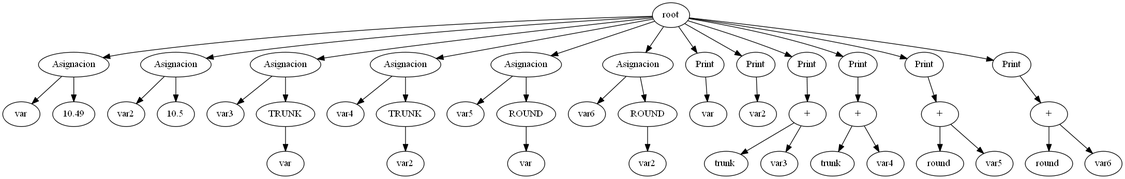
EverChicas/ARIT keeps this Graphviz diagram as SoftwareArit/AST.png. Above is the earlier version. Its source is kept beside it as SoftwareArit/AST.dot.
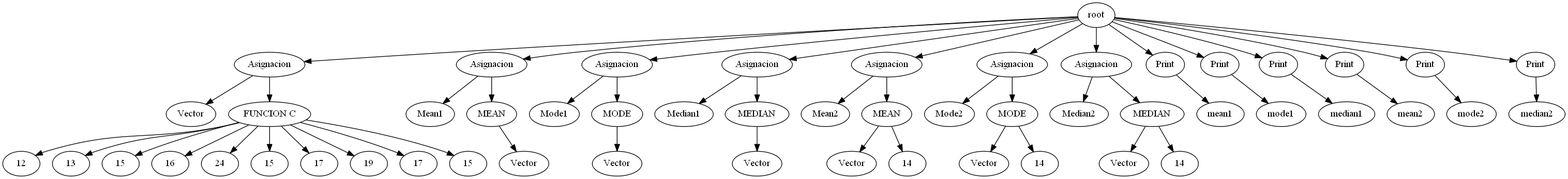
After the commit.

What changed in the source:
```diff
@@ -1,99 +1,116 @@
 digraph G{
 rankir=TD;
-43 [label = "root"];
-2 [label = "var"];
-3 [label = "Asignacion"];
-3 -> 2;
-1 [label = "10.49"];
-3 [label = "Asignacion"];
-3 -> 1;
-5 [label = "var2"];
-6 [label = "Asignacion"];
-6 -> 5;
-4 [label = "10.5"];
-6 [label = "Asignacion"];
-6 -> 4;
-9 [label = "var3"];
-10 [label = "Asignacion"];
-10 -> 9;
-8[label = "TRUNK"];
-7 [label = "var"];
-8 -> 7;
-10 [label = "Asignacion"];
-10 -> 8;
-13 [label = "var4"];
-14 [label = "Asignacion"];
-14 -> 13;
-12[label = "TRUNK"];
-11 [label = "var2"];
-12 -> 11;
-14 [label = "Asignacion"];
-14 -> 12;
-17 [label = "var5"];
-18 [label = "Asignacion"];
-18 -> 17;
-16[label = "ROUND"];
-15 [label = "var"];
-16 -> 15;
-18 [label = "Asignacion"];
-18 -> 16;
-21 [label = "var6"];
-22 [label = "Asignacion"];
-22 -> 21;
-20[label = "ROUND"];
-19 [label = "var2"];
-20 -> 19;
-22 [label = "Asignacion"];
-22 -> 20;
-23 [label = "var"];
-24 [label = "Print"];
-24 -> 23;
-25 [label = "var2"];
-26 [label = "Print"];
-26 -> 25;
-27 [label = "trunk "];
-29 [label = "+"];
-29 -> 27;
-28 [label = "var3"];
-29 [label = "+"];
-29 -> 28;
-30 [label = "Print"];
+53 [label = "root"];
+12 [label = "Vector"];
+13 [label = "Asignacion"];
+13 -> 12;
+11[label = "FUNCION C"];
+1 [label = "12"];
+2 [label = "13"];
+3 [label = "15"];
+4 [label = "16"];
+5 [label = "24"];
+6 [label = "15"];
+7 [label = "17"];
+8 [label = "19"];
+9 [label = "17"];
+10 [label = "15"];
+11 -> 1;
+11 -> 2;
+11 -> 3;
+11 -> 4;
+11 -> 5;
+11 -> 6;
+11 -> 7;
+11 -> 8;
+11 -> 9;
+11 -> 10;
+13 [label = "Asignacion"];
+13 -> 11;
+16 [label = "Mean1"];
+17 [label = "Asignacion"];
+17 -> 16;
+15[label = "MEAN"];
+14 [label = "Vector"];
+15 -> 14;
+17 [label = "Asignacion"];
+17 -> 15;
+20 [label = "Mode1"];
+21 [label = "Asignacion"];
+21 -> 20;
+19[label = "MODE"];
+18 [label = "Vector"];
+19 -> 18;
+21 [label = "Asignacion"];
+21 -> 19;
+24 [label = "Median1"];
+25 [label = "Asignacion"];
+25 -> 24;
+23[label = "MEDIAN"];
+22 [label = "Vector"];
+23 -> 22;
+25 [label = "Asignacion"];
+25 -> 23;
+29 [label = "Mean2"];
+30 [label = "Asignacion"];
 30 -> 29;
-31 [label = "trunk "];
-33 [label = "+"];
+28[label = "MEAN"];
+26 [label = "Vector"];
+27 [label = "14"];
+28 -> 26;
+28 -> 27;
+30 [label = "Asignacion"];
+30 -> 28;
+34 [label = "Mode2"];
+35 [label = "Asignacion"];
+35 -> 34;
+33[label = "MODE"];
+31 [label = "Vector"];
+32 [label = "14"];
 33 -> 31;
-32 [label = "var4"];
-33 [label = "+"];
 33 -> 32;
-34 [label = "Print"];
-34 -> 33;
-35 [label = "round "];
-37 [label = "+"];
-37 -> 35;
-36 [label = "var5"];
-37 [label = "+"];
-37 -> 36;
-38 [label = "Print"];
+35 [label = "Asignacion"];
+35 -> 33;
+39 [label = "Median2"];
+40 [label = "Asignacion"];
+40 -> 39;
+38[label = "MEDIAN"];
+36 [label = "Vector"];
+37 [label = "14"];
+38 -> 36;
 38 -> 37;
-39 [label = "round "];
-41 [label = "+"];
-41 -> 39;
-40 [label = "var6"];
-41 [label = "+"];
-41 -> 40;
+40 [label = "Asignacion"];
+40 -> 38;
+41 [label = "mean1"];
 42 [label = "Print"];
 42 -> 41;
-43 -> 3;
-43 -> 6;
-43 -> 10;
-43 -> 14;
-43 -> 18;
-43 -> 22;
-43 -> 24;
-43 -> 26;
-43 -> 30;
-43 -> 34;
-43 -> 38;
-43 -> 42;
+43 [label = "mode1"];
+44 [label = "Print"];
+44 -> 43;
+45 [label = "median1"];
+46 [label = "Print"];
+46 -> 45;
+47 [label = "mean2"];
+48 [label = "Print"];
+48 -> 47;
+49 [label = "mode2"];
+50 [label = "Print"];
+50 -> 49;
+51 [label = "median2"];
+52 [label = "Print"];
+52 -> 51;
+53 -> 13;
+53 -> 17;
+53 -> 21;
+53 -> 25;
+53 -> 30;
+53 -> 35;
+53 -> 40;
+53 -> 42;
+53 -> 44;
+53 -> 46;
+53 -> 48;
+53 -> 50;
+53 -> 52;
 
 }
```
